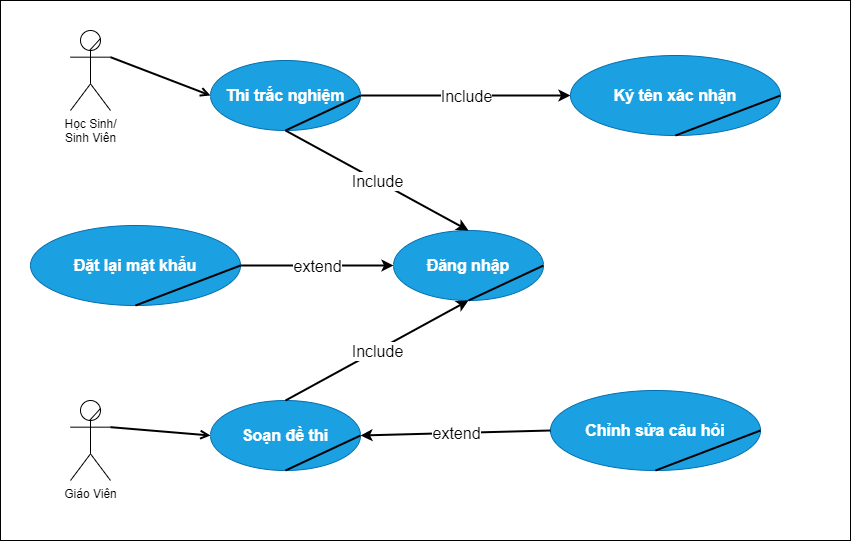
The draw.io diagram nghiepVu.dio.png in sunny-THS/data, before a commit. Source tidied: cells renumbered, new cells last; positions are measured from the earlier drawing's top-left corner, leaving out a move shared by most shapes.
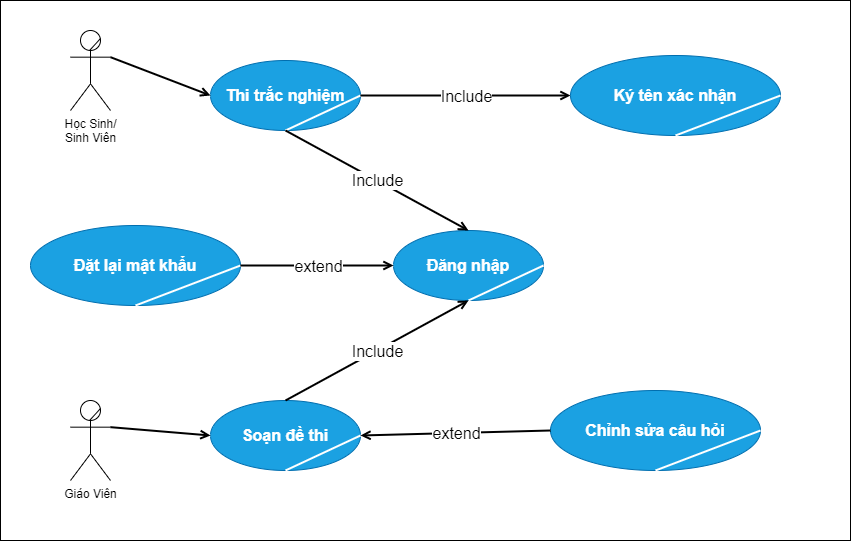
After the change.

What changed in the source:
```diff
@@ -20,7 +20,7 @@
     <mxCell id="7" value="&lt;b&gt;&lt;font style=&quot;font-size: 16px&quot;&gt;Thi trắc nghiệm&lt;/font&gt;&lt;/b&gt;" style="ellipse;whiteSpace=wrap;html=1;fillColor=#1ba1e2;fontColor=#ffffff;strokeColor=#006EAF;" parent="1" vertex="1">
       <mxGeometry x="210" y="60" width="150" height="70" as="geometry" />
     </mxCell>
-    <mxCell id="8" style="endArrow=none;html=1;entryX=1;entryY=0.5;entryDx=0;entryDy=0;exitX=0.5;exitY=1;exitDx=0;exitDy=0;strokeWidth=2;" parent="1" edge="1" source="7" target="7">
+    <mxCell id="8" style="endArrow=none;html=1;entryX=1;entryY=0.5;entryDx=0;entryDy=0;exitX=0.5;exitY=1;exitDx=0;exitDy=0;strokeWidth=2;fillColor=#f5f5f5;strokeColor=#fff;" parent="1" edge="1" source="7" target="7">
       <mxGeometry relative="1" as="geometry" />
     </mxCell>
     <mxCell id="9" style="endArrow=open;html=1;fontSize=16;strokeWidth=2;exitX=1;exitY=0.3333333333333333;exitDx=0;exitDy=0;exitPerimeter=0;entryX=0;entryY=0.5;entryDx=0;entryDy=0;endFill=0;" parent="1" edge="1" source="3" target="7">
@@ -29,7 +29,7 @@
     <mxCell id="10" value="&lt;b&gt;&lt;font style=&quot;font-size: 16px&quot;&gt;Soạn đề thi&lt;/font&gt;&lt;/b&gt;" style="ellipse;whiteSpace=wrap;html=1;fillColor=#1ba1e2;fontColor=#ffffff;strokeColor=#006EAF;" parent="1" vertex="1">
       <mxGeometry x="210" y="400" width="150" height="70" as="geometry" />
     </mxCell>
-    <mxCell id="11" style="endArrow=none;html=1;entryX=1;entryY=0.5;entryDx=0;entryDy=0;exitX=0.5;exitY=1;exitDx=0;exitDy=0;strokeWidth=2;" parent="1" edge="1" source="10" target="10">
+    <mxCell id="11" style="endArrow=none;html=1;entryX=1;entryY=0.5;entryDx=0;entryDy=0;exitX=0.5;exitY=1;exitDx=0;exitDy=0;strokeWidth=2;fillColor=#f5f5f5;strokeColor=#fff;" parent="1" edge="1" source="10" target="10">
       <mxGeometry relative="1" as="geometry" />
     </mxCell>
     <mxCell id="12" style="endArrow=open;html=1;fontSize=16;strokeWidth=2;exitX=1;exitY=0.3333333333333333;exitDx=0;exitDy=0;exitPerimeter=0;entryX=0;entryY=0.5;entryDx=0;entryDy=0;endFill=0;" parent="1" edge="1" source="5" target="10">
@@ -38,16 +38,16 @@
     <mxCell id="13" value="&lt;span style=&quot;font-size: 16px&quot;&gt;&lt;b&gt;Đăng nhập&lt;/b&gt;&lt;/span&gt;" style="ellipse;whiteSpace=wrap;html=1;fillColor=#1ba1e2;fontColor=#ffffff;strokeColor=#006EAF;" parent="1" vertex="1">
       <mxGeometry x="393" y="230" width="150" height="70" as="geometry" />
     </mxCell>
-    <mxCell id="14" style="endArrow=none;html=1;entryX=1;entryY=0.5;entryDx=0;entryDy=0;exitX=0.5;exitY=1;exitDx=0;exitDy=0;strokeWidth=2;" parent="1" edge="1" source="13" target="13">
+    <mxCell id="14" style="endArrow=none;html=1;entryX=1;entryY=0.5;entryDx=0;entryDy=0;exitX=0.5;exitY=1;exitDx=0;exitDy=0;strokeWidth=2;fillColor=#f5f5f5;strokeColor=#fff;" parent="1" edge="1" source="13" target="13">
       <mxGeometry relative="1" as="geometry" />
     </mxCell>
-    <mxCell id="15" style="endArrow=classic;html=1;fontSize=16;strokeWidth=2;exitX=0.5;exitY=1;exitDx=0;exitDy=0;entryX=0.5;entryY=0;entryDx=0;entryDy=0;" parent="1" edge="1" source="7" target="13">
+    <mxCell id="15" style="endArrow=open;html=1;fontSize=16;strokeWidth=2;exitX=0.5;exitY=1;exitDx=0;exitDy=0;entryX=0.5;entryY=0;entryDx=0;entryDy=0;endFill=0;" parent="1" edge="1" source="7" target="13">
       <mxGeometry relative="1" as="geometry" />
     </mxCell>
     <mxCell id="16" value="Include" style="edgeLabel;html=1;align=center;verticalAlign=middle;fontSize=16;" parent="15" vertex="1">
       <mxGeometry relative="1" as="geometry" />
     </mxCell>
-    <mxCell id="17" style="endArrow=classic;html=1;fontSize=16;strokeWidth=2;exitX=0.5;exitY=0;exitDx=0;exitDy=0;entryX=0.5;entryY=1;entryDx=0;entryDy=0;" parent="1" edge="1" source="10" target="13">
+    <mxCell id="17" style="endArrow=open;html=1;fontSize=16;strokeWidth=2;exitX=0.5;exitY=0;exitDx=0;exitDy=0;entryX=0.5;entryY=1;entryDx=0;entryDy=0;endFill=0;" parent="1" edge="1" source="10" target="13">
       <mxGeometry relative="1" as="geometry" />
     </mxCell>
     <mxCell id="18" value="Include" style="edgeLabel;html=1;align=center;verticalAlign=middle;fontSize=16;" parent="17" vertex="1">
@@ -56,10 +56,10 @@
     <mxCell id="19" value="&lt;span style=&quot;font-size: 16px&quot;&gt;&lt;b&gt;Chỉnh sửa câu hỏi&lt;/b&gt;&lt;/span&gt;" style="ellipse;whiteSpace=wrap;html=1;fillColor=#1ba1e2;fontColor=#ffffff;strokeColor=#006EAF;" parent="1" vertex="1">
       <mxGeometry x="550" y="390" width="210" height="80" as="geometry" />
     </mxCell>
-    <mxCell id="20" style="endArrow=none;html=1;entryX=1;entryY=0.5;entryDx=0;entryDy=0;exitX=0.5;exitY=1;exitDx=0;exitDy=0;strokeWidth=2;" parent="1" edge="1" source="19" target="19">
+    <mxCell id="20" style="endArrow=none;html=1;entryX=1;entryY=0.5;entryDx=0;entryDy=0;exitX=0.5;exitY=1;exitDx=0;exitDy=0;strokeWidth=2;fillColor=#f5f5f5;strokeColor=#fff;" parent="1" edge="1" source="19" target="19">
       <mxGeometry relative="1" as="geometry" />
     </mxCell>
-    <mxCell id="21" style="endArrow=classic;html=1;fontSize=16;strokeWidth=2;exitX=0;exitY=0.5;exitDx=0;exitDy=0;entryX=1;entryY=0.5;entryDx=0;entryDy=0;" parent="1" edge="1" source="19" target="10">
+    <mxCell id="21" style="endArrow=open;html=1;fontSize=16;strokeWidth=2;exitX=0;exitY=0.5;exitDx=0;exitDy=0;entryX=1;entryY=0.5;entryDx=0;entryDy=0;endFill=0;" parent="1" edge="1" source="19" target="10">
       <mxGeometry relative="1" as="geometry" />
     </mxCell>
     <mxCell id="22" value="extend" style="edgeLabel;html=1;align=center;verticalAlign=middle;fontSize=16;" parent="21" vertex="1">
@@ -68,10 +68,10 @@
     <mxCell id="23" value="&lt;span style=&quot;font-size: 16px&quot;&gt;&lt;b&gt;Ký tên xác nhận&lt;/b&gt;&lt;/span&gt;" style="ellipse;whiteSpace=wrap;html=1;fillColor=#1ba1e2;fontColor=#ffffff;strokeColor=#006EAF;" parent="1" vertex="1">
       <mxGeometry x="570" y="55" width="210" height="80" as="geometry" />
     </mxCell>
-    <mxCell id="24" style="endArrow=none;html=1;entryX=1;entryY=0.5;entryDx=0;entryDy=0;exitX=0.5;exitY=1;exitDx=0;exitDy=0;strokeWidth=2;" parent="1" edge="1" source="23" target="23">
+    <mxCell id="24" style="endArrow=none;html=1;entryX=1;entryY=0.5;entryDx=0;entryDy=0;exitX=0.5;exitY=1;exitDx=0;exitDy=0;strokeWidth=2;fillColor=#f5f5f5;strokeColor=#fff;" parent="1" edge="1" source="23" target="23">
       <mxGeometry relative="1" as="geometry" />
     </mxCell>
-    <mxCell id="25" style="endArrow=classic;html=1;fontSize=16;strokeWidth=2;exitX=1;exitY=0.5;exitDx=0;exitDy=0;entryX=0;entryY=0.5;entryDx=0;entryDy=0;" parent="1" edge="1" source="7" target="23">
+    <mxCell id="25" style="endArrow=open;html=1;fontSize=16;strokeWidth=2;exitX=1;exitY=0.5;exitDx=0;exitDy=0;entryX=0;entryY=0.5;entryDx=0;entryDy=0;endFill=0;" parent="1" edge="1" source="7" target="23">
       <mxGeometry relative="1" as="geometry" />
     </mxCell>
     <mxCell id="26" value="Include" style="edgeLabel;html=1;align=center;verticalAlign=middle;fontSize=16;" parent="25" vertex="1">
@@ -80,10 +80,10 @@
     <mxCell id="27" value="&lt;span style=&quot;font-size: 16px&quot;&gt;&lt;b&gt;Đặt lại mật khẩu&lt;/b&gt;&lt;/span&gt;" style="ellipse;whiteSpace=wrap;html=1;fillColor=#1ba1e2;fontColor=#ffffff;strokeColor=#006EAF;" parent="1" vertex="1">
       <mxGeometry x="30" y="225" width="210" height="80" as="geometry" />
     </mxCell>
-    <mxCell id="28" style="endArrow=none;html=1;entryX=1;entryY=0.5;entryDx=0;entryDy=0;exitX=0.5;exitY=1;exitDx=0;exitDy=0;strokeWidth=2;" parent="1" edge="1" source="27" target="27">
+    <mxCell id="28" style="endArrow=none;html=1;entryX=1;entryY=0.5;entryDx=0;entryDy=0;exitX=0.5;exitY=1;exitDx=0;exitDy=0;strokeWidth=2;fillColor=#f5f5f5;strokeColor=#fff;" parent="1" edge="1" source="27" target="27">
       <mxGeometry relative="1" as="geometry" />
     </mxCell>
-    <mxCell id="29" style="endArrow=classic;html=1;fontSize=16;strokeWidth=2;exitX=1;exitY=0.5;exitDx=0;exitDy=0;entryX=0;entryY=0.5;entryDx=0;entryDy=0;" parent="1" edge="1" source="27" target="13">
+    <mxCell id="29" style="endArrow=open;html=1;fontSize=16;strokeWidth=2;exitX=1;exitY=0.5;exitDx=0;exitDy=0;entryX=0;entryY=0.5;entryDx=0;entryDy=0;endFill=0;" parent="1" edge="1" source="27" target="13">
       <mxGeometry relative="1" as="geometry" />
     </mxCell>
     <mxCell id="30" value="extend" style="edgeLabel;html=1;align=center;verticalAlign=middle;fontSize=16;" parent="29" vertex="1">
```
